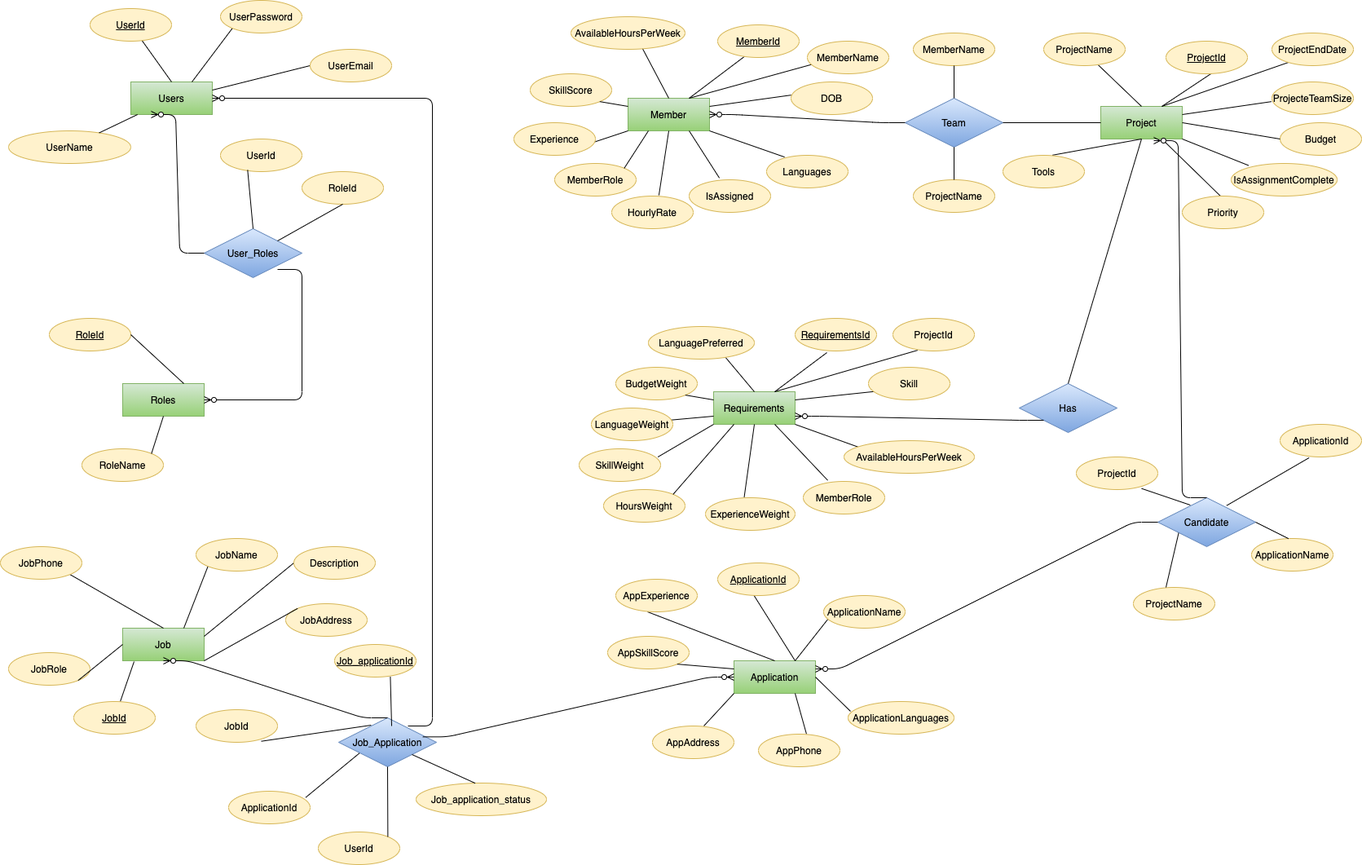
Above: database/ER_Graph.png in Mahaoqu/TeamFormationAssistant (draw.io), before the change. Source tidied: cells renumbered, new cells last; positions are measured from the earlier drawing's top-left corner, leaving out a move shared by most shapes.
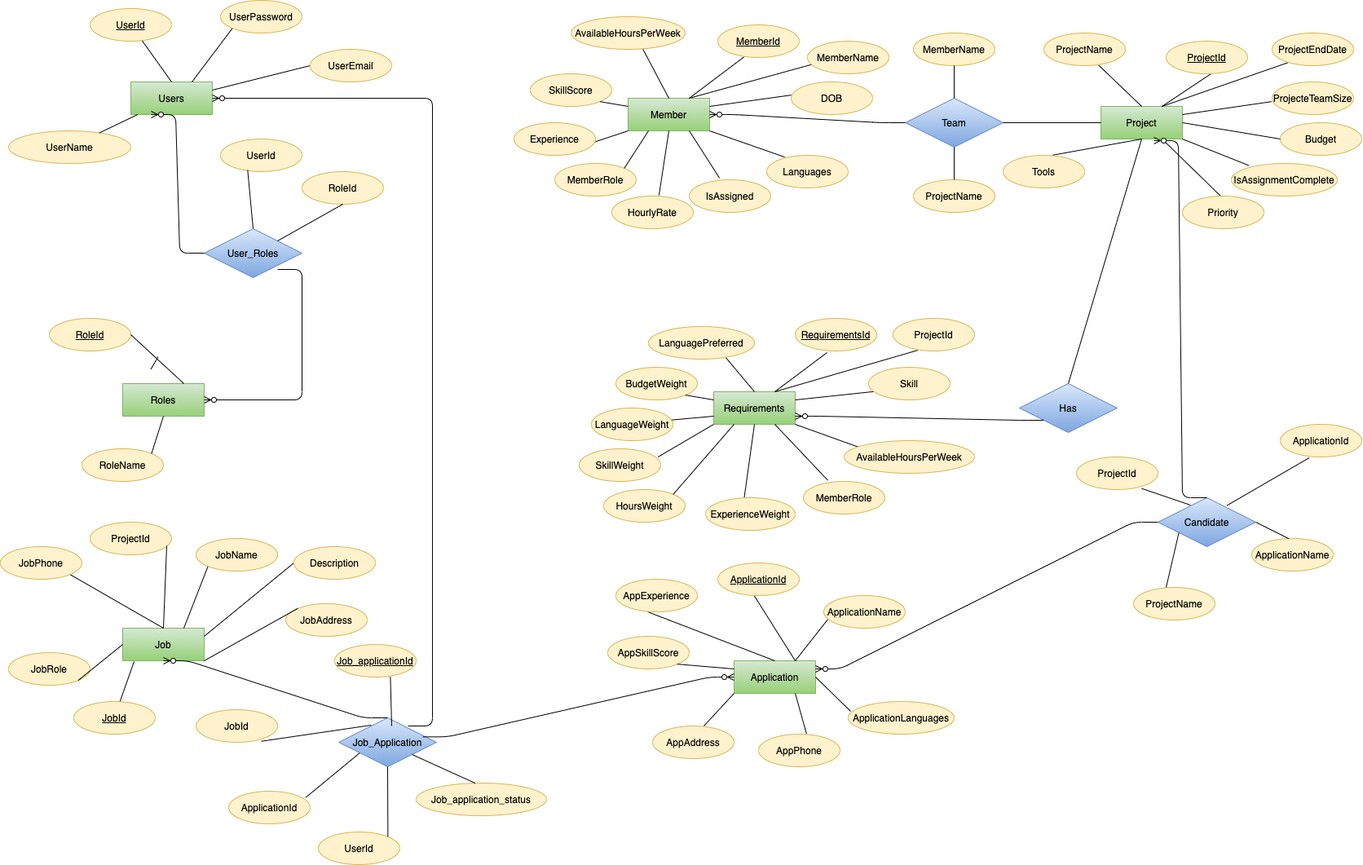
Above is the later version.

Diff of the diagram source:
```diff
@@ -434,9 +434,10 @@
         <mxPoint x="340" y="330" as="sourcePoint" />
       </mxGeometry>
     </mxCell>
-    <mxCell id="144" style="endArrow=none;html=1;rounded=0;entryX=0;entryY=0.5;entryDx=0;entryDy=0;" parent="1" edge="1" target="x">
+    <mxCell id="144" style="endArrow=none;html=1;rounded=0;entryX=0;entryY=0.5;entryDx=0;entryDy=0;" parent="1" edge="1">
       <mxGeometry relative="1" as="geometry">
         <mxPoint x="184.7" y="452.3" as="sourcePoint" />
+        <mxPoint x="193.3" y="437.2" as="targetPoint" />
       </mxGeometry>
     </mxCell>
     <mxCell id="145" style="edgeStyle=entityRelationEdgeStyle;fontSize=12;html=1;endArrow=ERzeroToMany;endFill=1;entryX=1;entryY=0.5;entryDx=0;entryDy=0;" parent="1" edge="1" target="58">
@@ -450,5 +451,11 @@
     <mxCell id="147" style="endArrow=none;html=1;rounded=0;exitX=0.5;exitY=1;exitDx=0;exitDy=0;entryX=1;entryY=0;entryDx=0;entryDy=0;" parent="1" edge="1" source="95" target="146">
       <mxGeometry relative="1" as="geometry" />
     </mxCell>
+    <mxCell id="148" value="ProjectId" style="ellipse;whiteSpace=wrap;html=1;align=center;fillColor=#fff2cc;strokeColor=#d6b656;" parent="1" vertex="1">
+      <mxGeometry x="110" y="640" width="100" height="40" as="geometry" />
+    </mxCell>
+    <mxCell id="149" style="endArrow=none;html=1;rounded=0;exitX=0.94;exitY=0.725;exitDx=0;exitDy=0;exitPerimeter=0;entryX=0.5;entryY=0;entryDx=0;entryDy=0;" parent="1" edge="1" source="148" target="64">
+      <mxGeometry relative="1" as="geometry" />
+    </mxCell>
   </root>
 </mxGraphModel>
```
